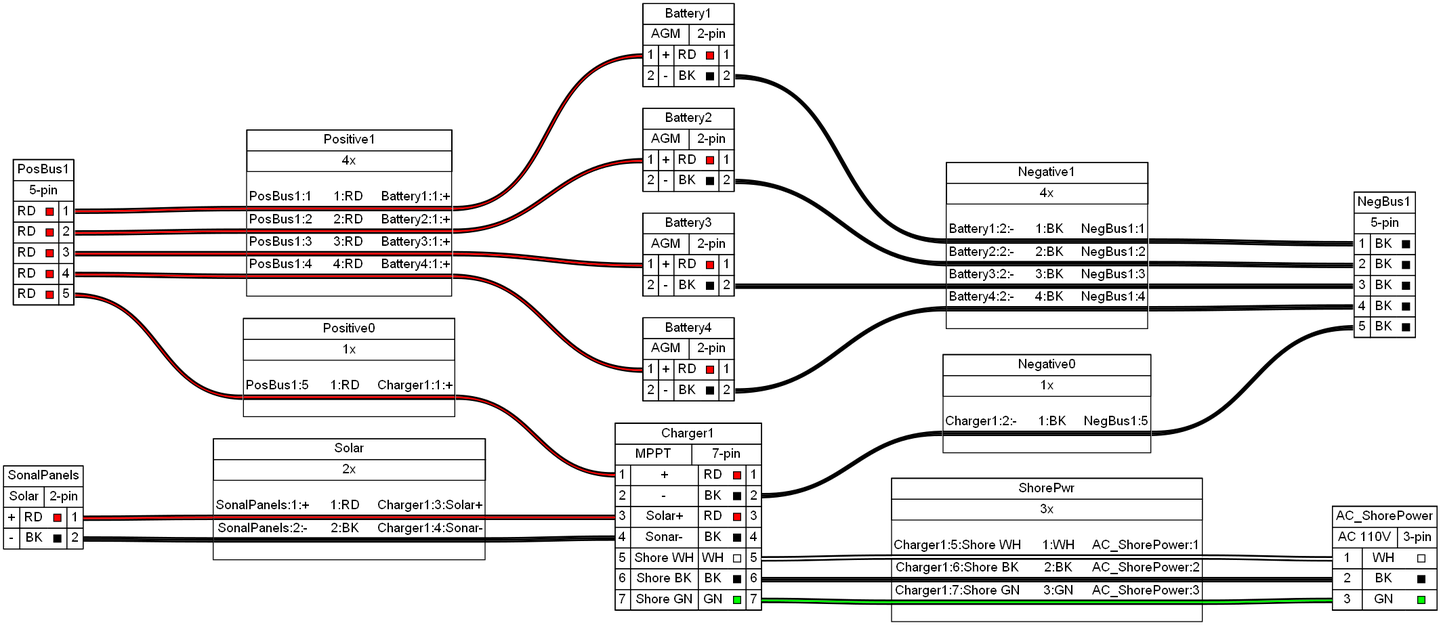
bareboat-necessities/wireviz-4-boats keeps this Graphviz diagram as battery/battery-bank.png. Above is the earlier version. Its source is kept beside it as battery/battery-bank.gv.
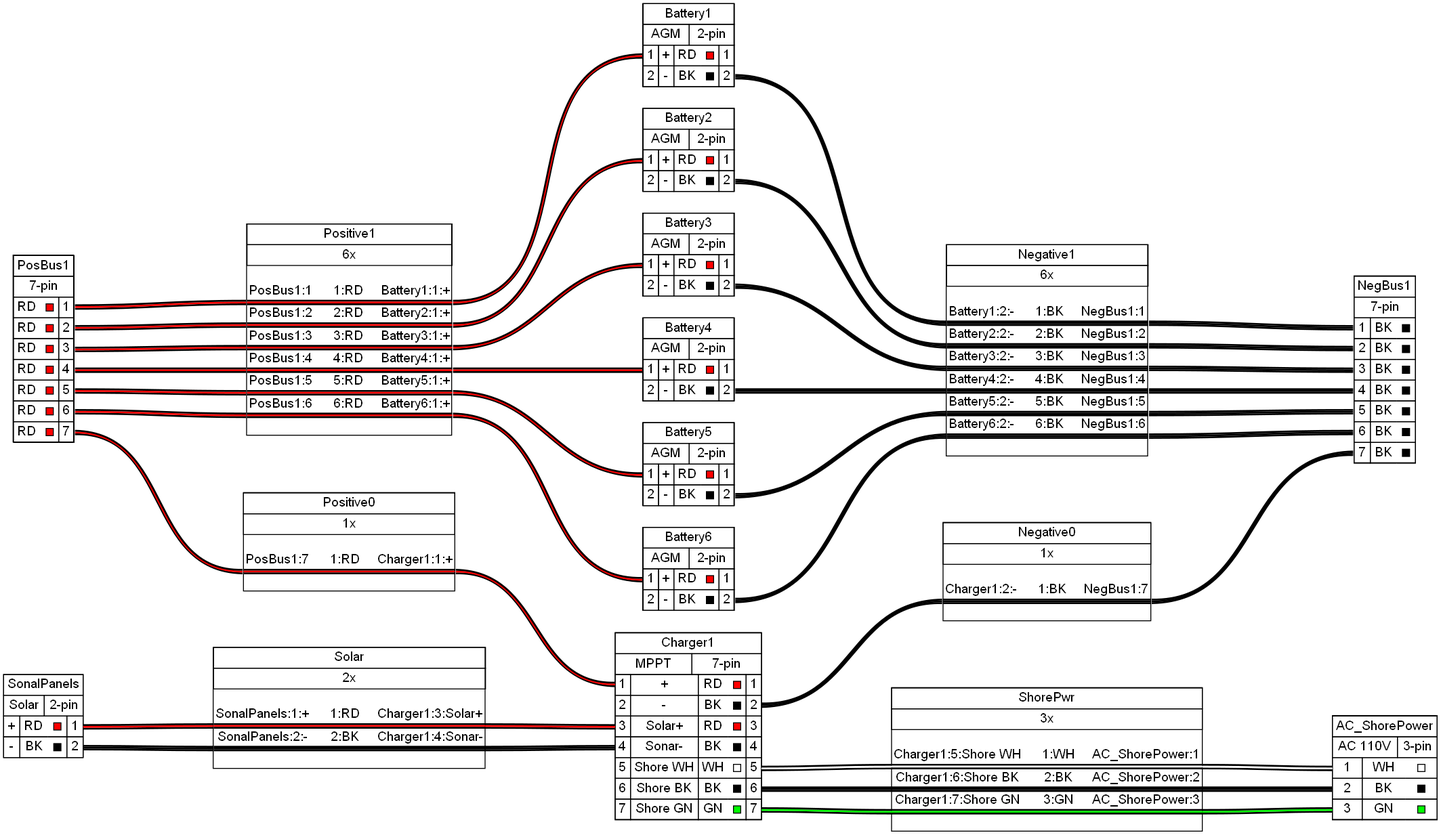
After the change.

The edit, as a diff of the source:
```diff
@@ -166,6 +166,88 @@
  </td></tr>
 </table>
 > fillcolor="#FFFFFF" shape=box style=filled]
+	Battery5 [label=<
+<table border="0" cellspacing="0" cellpadding="0">
+ <tr><td>
+  <table border="0" cellspacing="0" cellpadding="3" cellborder="1"><tr>
+   <td balign="left">Battery5</td>
+  </tr></table>
+ </td></tr>
+ <tr><td>
+  <table border="0" cellspacing="0" cellpadding="3" cellborder="1"><tr>
+   <td balign="left">AGM</td>
+   <td balign="left">2-pin</td>
+  </tr></table>
+ </td></tr>
+ <tr><td>
+  <table border="0" cellspacing="0" cellpadding="3" cellborder="1">
+   <tr>
+    <td port="p1l">1</td>
+    <td>+</td>
+    <td sides="tbl">RD</td>
+    <td sides="tbr">
+     <table border="0" cellborder="1"><tr>
+      <td bgcolor="#FF0000" width="8" height="8" fixedsize="true"></td>
+     </tr></table>
+    </td>
+    <td port="p1r">1</td>
+   </tr>
+   <tr>
+    <td port="p2l">2</td>
+    <td>-</td>
+    <td sides="tbl">BK</td>
+    <td sides="tbr">
+     <table border="0" cellborder="1"><tr>
+      <td bgcolor="#000000" width="8" height="8" fixedsize="true"></td>
+     </tr></table>
+    </td>
+    <td port="p2r">2</td>
+   </tr>
+  </table>
+ </td></tr>
+</table>
+> fillcolor="#FFFFFF" shape=box style=filled]
+	Battery6 [label=<
+<table border="0" cellspacing="0" cellpadding="0">
+ <tr><td>
+  <table border="0" cellspacing="0" cellpadding="3" cellborder="1"><tr>
+   <td balign="left">Battery6</td>
+  </tr></table>
+ </td></tr>
+ <tr><td>
+  <table border="0" cellspacing="0" cellpadding="3" cellborder="1"><tr>
+   <td balign="left">AGM</td>
+   <td balign="left">2-pin</td>
+  </tr></table>
+ </td></tr>
+ <tr><td>
+  <table border="0" cellspacing="0" cellpadding="3" cellborder="1">
+   <tr>
+    <td port="p1l">1</td>
+    <td>+</td>
+    <td sides="tbl">RD</td>
+    <td sides="tbr">
+     <table border="0" cellborder="1"><tr>
+      <td bgcolor="#FF0000" width="8" height="8" fixedsize="true"></td>
+     </tr></table>
+    </td>
+    <td port="p1r">1</td>
+   </tr>
+   <tr>
+    <td port="p2l">2</td>
+    <td>-</td>
+    <td sides="tbl">BK</td>
+    <td sides="tbr">
+     <table border="0" cellborder="1"><tr>
+      <td bgcolor="#000000" width="8" height="8" fixedsize="true"></td>
+     </tr></table>
+    </td>
+    <td port="p2r">2</td>
+   </tr>
+  </table>
+ </td></tr>
+</table>
+> fillcolor="#FFFFFF" shape=box style=filled]
 	PosBus1 [label=<
 <table border="0" cellspacing="0" cellpadding="0">
  <tr><td>
@@ -175,7 +257,7 @@
  </td></tr>
  <tr><td>
   <table border="0" cellspacing="0" cellpadding="3" cellborder="1"><tr>
-   <td balign="left">5-pin</td>
+   <td balign="left">7-pin</td>
   </tr></table>
  </td></tr>
  <tr><td>
@@ -225,6 +307,24 @@
     </td>
     <td port="p5r">5</td>
    </tr>
+   <tr>
+    <td sides="tbl">RD</td>
+    <td sides="tbr">
+     <table border="0" cellborder="1"><tr>
+      <td bgcolor="#FF0000" width="8" height="8" fixedsize="true"></td>
+     </tr></table>
+    </td>
+    <td port="p6r">6</td>
+   </tr>
+   <tr>
+    <td sides="tbl">RD</td>
+    <td sides="tbr">
+     <table border="0" cellborder="1"><tr>
+      <td bgcolor="#FF0000" width="8" height="8" fixedsize="true"></td>
+     </tr></table>
+    </td>
+    <td port="p7r">7</td>
+   </tr>
   </table>
  </td></tr>
 </table>
@@ -238,7 +338,7 @@
  </td></tr>
  <tr><td>
   <table border="0" cellspacing="0" cellpadding="3" cellborder="1"><tr>
-   <td balign="left">5-pin</td>
+   <td balign="left">7-pin</td>
   </tr></table>
  </td></tr>
  <tr><td>
@@ -281,6 +381,24 @@
    </tr>
    <tr>
     <td port="p5l">5</td>
+    <td sides="tbl">BK</td>
+    <td sides="tbr">
+     <table border="0" cellborder="1"><tr>
+      <td bgcolor="#000000" width="8" height="8" fixedsize="true"></td>
+     </tr></table>
+    </td>
+   </tr>
+   <tr>
+    <td port="p6l">6</td>
+    <td sides="tbl">BK</td>
+    <td sides="tbr">
+     <table border="0" cellborder="1"><tr>
+      <td bgcolor="#000000" width="8" height="8" fixedsize="true"></td>
+     </tr></table>
+    </td>
+   </tr>
+   <tr>
+    <td port="p7l">7</td>
     <td sides="tbl">BK</td>
     <td sides="tbr">
      <table border="0" cellborder="1"><tr>
@@ -474,7 +592,7 @@
 </table>
 > fillcolor="#FFFFFF" shape=box style=filled]
 	edge [color="#000000:#ff0000:#000000"]
-	PosBus1:p5r:e -- Positive0:w1:w
+	PosBus1:p7r:e -- Positive0:w1:w
 	Positive0:w1:e -- Charger1:p1l:w
 	Positive0 [label=<
 <table border="0" cellspacing="0" cellpadding="0">
@@ -492,7 +610,7 @@
   <table border="0" cellspacing="0" cellborder="0">
    <tr><td>&nbsp;</td></tr>
    <tr>
-    <td>PosBus1:5</td>
+    <td>PosBus1:7</td>
     <td>
      1:RD
     </td>
@@ -514,7 +632,7 @@
 > fillcolor="#FFFFFF" shape=box style=filled]
 	edge [color="#000000:#000000:#000000"]
 	Charger1:p2r:e -- Negative0:w1:w
-	Negative0:w1:e -- NegBus1:p5l:w
+	Negative0:w1:e -- NegBus1:p7l:w
 	Negative0 [label=<
 <table border="0" cellspacing="0" cellpadding="0">
  <tr><td>
@@ -535,7 +653,7 @@
     <td>
      1:BK
     </td>
-    <td>NegBus1:5</td>
+    <td>NegBus1:7</td>
    </tr>
    <tr>
     <td colspan="3" border="0" cellspacing="0" cellpadding="0" port="w1" height="6">
@@ -563,6 +681,12 @@
 	edge [color="#000000:#ff0000:#000000"]
 	PosBus1:p4r:e -- Positive1:w4:w
 	Positive1:w4:e -- Battery4:p1l:w
+	edge [color="#000000:#ff0000:#000000"]
+	PosBus1:p5r:e -- Positive1:w5:w
+	Positive1:w5:e -- Battery5:p1l:w
+	edge [color="#000000:#ff0000:#000000"]
+	PosBus1:p6r:e -- Positive1:w6:w
+	Positive1:w6:e -- Battery6:p1l:w
 	Positive1 [label=<
 <table border="0" cellspacing="0" cellpadding="0">
  <tr><td>
@@ -572,7 +696,7 @@
  </td></tr>
  <tr><td>
   <table border="0" cellspacing="0" cellpadding="3" cellborder="1"><tr>
-   <td balign="left">4x</td>
+   <td balign="left">6x</td>
   </tr></table>
  </td></tr>
  <tr><td>
@@ -635,6 +759,38 @@
    </tr>
    <tr>
     <td colspan="3" border="0" cellspacing="0" cellpadding="0" port="w4" height="6">
+     <table cellspacing="0" cellborder="0" border="0">
+      <tr><td colspan="3" cellpadding="0" height="2" bgcolor="#000000" border="0"></td></tr>
+      <tr><td colspan="3" cellpadding="0" height="2" bgcolor="#ff0000" border="0"></td></tr>
+      <tr><td colspan="3" cellpadding="0" height="2" bgcolor="#000000" border="0"></td></tr>
+     </table>
+    </td>
+   </tr>
+   <tr>
+    <td>PosBus1:5</td>
+    <td>
+     5:RD
+    </td>
+    <td>Battery5:1:+</td>
+   </tr>
+   <tr>
+    <td colspan="3" border="0" cellspacing="0" cellpadding="0" port="w5" height="6">
+     <table cellspacing="0" cellborder="0" border="0">
+      <tr><td colspan="3" cellpadding="0" height="2" bgcolor="#000000" border="0"></td></tr>
+      <tr><td colspan="3" cellpadding="0" height="2" bgcolor="#ff0000" border="0"></td></tr>
+      <tr><td colspan="3" cellpadding="0" height="2" bgcolor="#000000" border="0"></td></tr>
+     </table>
+    </td>
+   </tr>
+   <tr>
+    <td>PosBus1:6</td>
+    <td>
+     6:RD
+    </td>
+    <td>Battery6:1:+</td>
+   </tr>
+   <tr>
+    <td colspan="3" border="0" cellspacing="0" cellpadding="0" port="w6" height="6">
      <table cellspacing="0" cellborder="0" border="0">
       <tr><td colspan="3" cellpadding="0" height="2" bgcolor="#000000" border="0"></td></tr>
       <tr><td colspan="3" cellpadding="0" height="2" bgcolor="#ff0000" border="0"></td></tr>
@@ -659,6 +815,12 @@
 	edge [color="#000000:#000000:#000000"]
 	Battery4:p2r:e -- Negative1:w4:w
 	Negative1:w4:e -- NegBus1:p4l:w
+	edge [color="#000000:#000000:#000000"]
+	Battery5:p2r:e -- Negative1:w5:w
+	Negative1:w5:e -- NegBus1:p5l:w
+	edge [color="#000000:#000000:#000000"]
+	Battery6:p2r:e -- Negative1:w6:w
+	Negative1:w6:e -- NegBus1:p6l:w
 	Negative1 [label=<
 <table border="0" cellspacing="0" cellpadding="0">
  <tr><td>
@@ -668,7 +830,7 @@
  </td></tr>
  <tr><td>
   <table border="0" cellspacing="0" cellpadding="3" cellborder="1"><tr>
-   <td balign="left">4x</td>
+   <td balign="left">6x</td>
   </tr></table>
  </td></tr>
  <tr><td>
@@ -731,6 +893,38 @@
    </tr>
    <tr>
     <td colspan="3" border="0" cellspacing="0" cellpadding="0" port="w4" height="6">
+     <table cellspacing="0" cellborder="0" border="0">
+      <tr><td colspan="3" cellpadding="0" height="2" bgcolor="#000000" border="0"></td></tr>
+      <tr><td colspan="3" cellpadding="0" height="2" bgcolor="#000000" border="0"></td></tr>
+      <tr><td colspan="3" cellpadding="0" height="2" bgcolor="#000000" border="0"></td></tr>
+     </table>
+    </td>
+   </tr>
+   <tr>
+    <td>Battery5:2:-</td>
+    <td>
+     5:BK
+    </td>
+    <td>NegBus1:5</td>
+   </tr>
+   <tr>
+    <td colspan="3" border="0" cellspacing="0" cellpadding="0" port="w5" height="6">
+     <table cellspacing="0" cellborder="0" border="0">
+      <tr><td colspan="3" cellpadding="0" height="2" bgcolor="#000000" border="0"></td></tr>
+      <tr><td colspan="3" cellpadding="0" height="2" bgcolor="#000000" border="0"></td></tr>
+      <tr><td colspan="3" cellpadding="0" height="2" bgcolor="#000000" border="0"></td></tr>
+     </table>
+    </td>
+   </tr>
+   <tr>
+    <td>Battery6:2:-</td>
+    <td>
+     6:BK
+    </td>
+    <td>NegBus1:6</td>
+   </tr>
+   <tr>
+    <td colspan="3" border="0" cellspacing="0" cellpadding="0" port="w6" height="6">
      <table cellspacing="0" cellborder="0" border="0">
       <tr><td colspan="3" cellpadding="0" height="2" bgcolor="#000000" border="0"></td></tr>
       <tr><td colspan="3" cellpadding="0" height="2" bgcolor="#000000" border="0"></td></tr>
```
